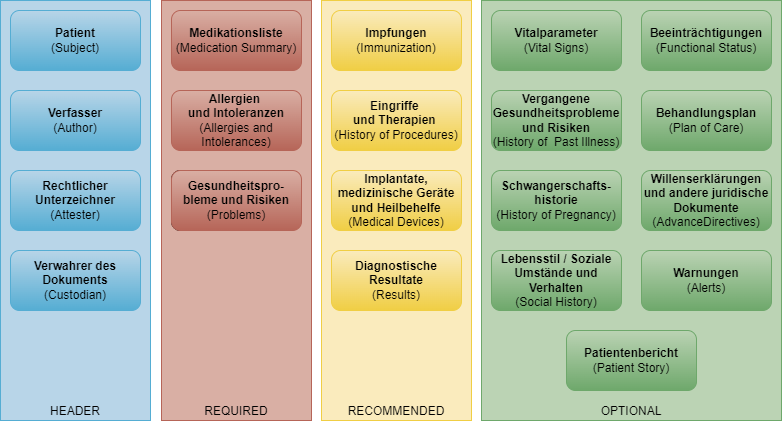
The draw.io diagram input/images/APS_Sections.drawio.png in HL7Austria/ELGA-AustrianPatientSummary-R4, before a commit. Source tidied: cells renumbered, new cells last; positions are measured from the earlier drawing's top-left corner, leaving out a move shared by most shapes.
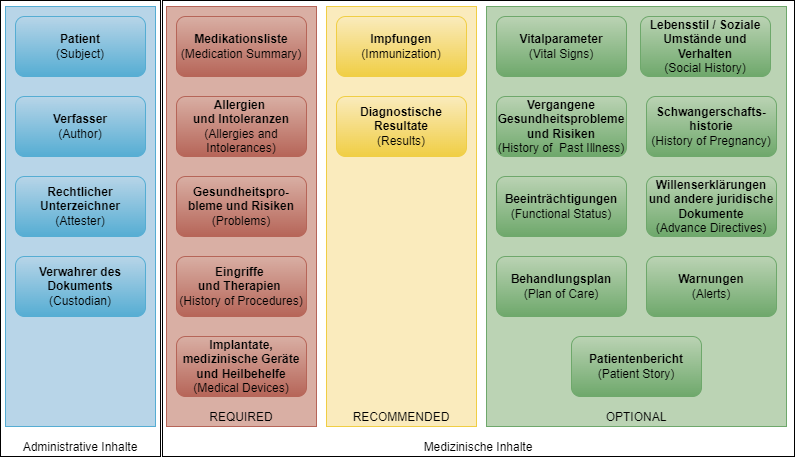
After the change.

Commit message:
Update discription and figure 'Sektionen der Austrian Patient Summary'

What changed in the source:
```diff
@@ -2,7 +2,13 @@
   <root>
     <mxCell id="0" />
     <mxCell id="1" parent="0" />
+    <mxCell id="27" value="Administrative Inhalte" style="rounded=0;whiteSpace=wrap;html=1;verticalAlign=bottom;" parent="1" vertex="1">
+      <mxGeometry x="-5" y="-6" width="160" height="456" as="geometry" />
+    </mxCell>
+    <mxCell id="28" value="Medizinische Inhalte" style="rounded=0;whiteSpace=wrap;html=1;verticalAlign=bottom;" parent="1" vertex="1">
+      <mxGeometry x="157" y="-6" width="632" height="456" as="geometry" />
+    </mxCell>
-    <mxCell id="2" value="HEADER" style="rounded=0;whiteSpace=wrap;html=1;verticalAlign=bottom;strokeColor=#55add3;fillColor=#b8d5e8;" parent="1" vertex="1">
+    <mxCell id="2" style="rounded=0;whiteSpace=wrap;html=1;verticalAlign=bottom;strokeColor=#55add3;fillColor=#b8d5e8;" parent="1" vertex="1">
       <mxGeometry width="150" height="420" as="geometry" />
     </mxCell>
     <mxCell id="3" value="RECOMMENDED" style="rounded=0;whiteSpace=wrap;html=1;verticalAlign=bottom;strokeColor=#f0ce44;fillColor=#faebbd;" parent="1" vertex="1">
@@ -29,44 +35,35 @@
     <mxCell id="10" value="&lt;b&gt;Medikationsliste&lt;/b&gt;&lt;div&gt;(Medication Summary)&lt;/div&gt;" style="rounded=1;whiteSpace=wrap;html=1;fillColor=#d9afa4;gradientColor=#b66558;strokeColor=#b66558;" parent="1" vertex="1">
       <mxGeometry x="171" y="10" width="130" height="60" as="geometry" />
     </mxCell>
-    <mxCell id="11" value="Attester" style="rounded=1;whiteSpace=wrap;html=1;" parent="1" vertex="1">
-      <mxGeometry x="171" y="170" width="120" height="60" as="geometry" />
-    </mxCell>
     <mxCell id="12" value="&lt;b&gt;Allergien&amp;nbsp;&lt;/b&gt;&lt;div&gt;&lt;b&gt;und Intoleranzen&lt;/b&gt;&lt;div&gt;(Allergies and Intolerances)&lt;/div&gt;&lt;/div&gt;" style="rounded=1;whiteSpace=wrap;html=1;fillColor=#d9afa4;gradientColor=#b66558;strokeColor=#b66558;align=center;verticalAlign=middle;fontFamily=Helvetica;fontSize=12;fontColor=default;" parent="1" vertex="1">
       <mxGeometry x="171" y="90" width="130" height="60" as="geometry" />
     </mxCell>
     <mxCell id="13" value="&lt;b&gt;Impfungen &lt;/b&gt;(Immunization)" style="rounded=1;whiteSpace=wrap;html=1;fillColor=#faebbd;gradientColor=#f0ce44;strokeColor=#f0ce44;" parent="1" vertex="1">
       <mxGeometry x="331" y="10" width="130" height="60" as="geometry" />
     </mxCell>
-    <mxCell id="14" value="&lt;b&gt;Implantate, medizinische Geräte und Heilbehelfe&lt;/b&gt;&lt;div&gt;(Medical Devices)&lt;/div&gt;" style="rounded=1;whiteSpace=wrap;html=1;fillColor=#faebbd;gradientColor=#f0ce44;strokeColor=#f0ce44;align=center;verticalAlign=middle;fontFamily=Helvetica;fontSize=12;fontColor=default;" parent="1" vertex="1">
-      <mxGeometry x="331" y="170" width="130" height="60" as="geometry" />
-    </mxCell>
-    <mxCell id="15" value="&lt;b&gt;Eingriffe&amp;nbsp;&lt;/b&gt;&lt;div&gt;&lt;b&gt;und Therapien&amp;nbsp;&lt;/b&gt;&lt;div&gt;(History of&amp;nbsp;Procedures)&lt;/div&gt;&lt;/div&gt;" style="rounded=1;whiteSpace=wrap;html=1;fillColor=#faebbd;gradientColor=#f0ce44;strokeColor=#f0ce44;align=center;verticalAlign=middle;fontFamily=Helvetica;fontSize=12;fontColor=default;" parent="1" vertex="1">
-      <mxGeometry x="331" y="90" width="130" height="60" as="geometry" />
-    </mxCell>
     <mxCell id="16" value="&lt;b&gt;Diagnostische Resultate&lt;/b&gt;&lt;div&gt;(Results)&lt;/div&gt;" style="rounded=1;whiteSpace=wrap;html=1;fillColor=#faebbd;gradientColor=#f0ce44;strokeColor=#f0ce44;align=center;verticalAlign=middle;fontFamily=Helvetica;fontSize=12;fontColor=default;" parent="1" vertex="1">
-      <mxGeometry x="331" y="250" width="130" height="60" as="geometry" />
+      <mxGeometry x="331" y="90" width="130" height="60" as="geometry" />
     </mxCell>
     <mxCell id="17" value="&lt;b&gt;Vitalparameter&lt;/b&gt;&lt;div&gt;(Vital Signs)&lt;/div&gt;" style="rounded=1;whiteSpace=wrap;html=1;fillColor=#bbd3b4;strokeColor=#6ea86b;gradientColor=#6ea86b;" parent="1" vertex="1">
       <mxGeometry x="491" y="10" width="130" height="60" as="geometry" />
     </mxCell>
     <mxCell id="18" value="&lt;b&gt;Schwangerschafts-historie&lt;/b&gt;&lt;div&gt;(History of Pregnancy)&lt;/div&gt;" style="rounded=1;whiteSpace=wrap;html=1;fillColor=#bbd3b4;strokeColor=#6ea86b;gradientColor=#6ea86b;align=center;verticalAlign=middle;fontFamily=Helvetica;fontSize=12;fontColor=default;" parent="1" vertex="1">
-      <mxGeometry x="491" y="170" width="130" height="60" as="geometry" />
+      <mxGeometry x="641" y="90" width="130" height="60" as="geometry" />
     </mxCell>
     <mxCell id="19" value="&lt;b&gt;Vergangene Gesundheitsprobleme und Risiken&lt;/b&gt;&lt;div&gt;(History of&amp;nbsp; Past Illness)&lt;/div&gt;" style="rounded=1;whiteSpace=wrap;html=1;fillColor=#bbd3b4;strokeColor=#6ea86b;gradientColor=#6ea86b;align=center;verticalAlign=middle;fontFamily=Helvetica;fontSize=12;fontColor=default;" parent="1" vertex="1">
       <mxGeometry x="491" y="90" width="130" height="60" as="geometry" />
     </mxCell>
     <mxCell id="20" value="&lt;b&gt;Lebensstil / Soziale Umstände und Verhalten&lt;/b&gt;&lt;div&gt;(Social History)&lt;/div&gt;" style="rounded=1;whiteSpace=wrap;html=1;fillColor=#bbd3b4;strokeColor=#6ea86b;gradientColor=#6ea86b;align=center;verticalAlign=middle;fontFamily=Helvetica;fontSize=12;fontColor=default;" parent="1" vertex="1">
-      <mxGeometry x="491" y="250" width="130" height="60" as="geometry" />
+      <mxGeometry x="635" y="10" width="130" height="60" as="geometry" />
     </mxCell>
     <mxCell id="21" value="&lt;b&gt;Beeinträchtigungen&lt;/b&gt;&lt;div&gt;(Functional Status)&lt;/div&gt;" style="rounded=1;whiteSpace=wrap;html=1;fillColor=#bbd3b4;strokeColor=#6ea86b;align=center;verticalAlign=middle;fontFamily=Helvetica;fontSize=12;fontColor=default;gradientColor=#6ea86b;" parent="1" vertex="1">
-      <mxGeometry x="641" y="10" width="130" height="60" as="geometry" />
+      <mxGeometry x="491" y="170" width="130" height="60" as="geometry" />
     </mxCell>
-    <mxCell id="22" value="&lt;b&gt;Willenserklärungen und andere juridische Dokumente&lt;/b&gt; (AdvanceDirectives)" style="rounded=1;whiteSpace=wrap;html=1;fillColor=#bbd3b4;strokeColor=#6ea86b;gradientColor=#6ea86b;align=center;verticalAlign=middle;fontFamily=Helvetica;fontSize=12;fontColor=default;" parent="1" vertex="1">
+    <mxCell id="22" value="&lt;b&gt;Willenserklärungen und andere juridische Dokumente&lt;/b&gt;&lt;div&gt;&lt;span style=&quot;background-color: initial;&quot;&gt;(Advance Directives)&lt;/span&gt;&lt;/div&gt;" style="rounded=1;whiteSpace=wrap;html=1;fillColor=#bbd3b4;strokeColor=#6ea86b;gradientColor=#6ea86b;align=center;verticalAlign=middle;fontFamily=Helvetica;fontSize=12;fontColor=default;" parent="1" vertex="1">
       <mxGeometry x="641" y="170" width="130" height="60" as="geometry" />
     </mxCell>
     <mxCell id="23" value="&lt;b&gt;Behandlungsplan&lt;/b&gt;&lt;div&gt;(Plan of Care)&lt;/div&gt;" style="rounded=1;whiteSpace=wrap;html=1;fillColor=#bbd3b4;strokeColor=#6ea86b;gradientColor=#6ea86b;align=center;verticalAlign=middle;fontFamily=Helvetica;fontSize=12;fontColor=default;" parent="1" vertex="1">
-      <mxGeometry x="641" y="90" width="130" height="60" as="geometry" />
+      <mxGeometry x="491" y="250" width="130" height="60" as="geometry" />
     </mxCell>
     <mxCell id="24" value="&lt;b&gt;Gesundheitspro-bleme&amp;nbsp;&lt;/b&gt;&lt;b style=&quot;background-color: initial;&quot;&gt;und Risiken&lt;/b&gt;&lt;span style=&quot;background-color: initial;&quot;&gt; (Problems)&lt;/span&gt;" style="rounded=1;whiteSpace=wrap;html=1;fillColor=#d9afa4;gradientColor=#b66558;strokeColor=#b66558;align=center;verticalAlign=middle;fontFamily=Helvetica;fontSize=12;fontColor=default;" parent="1" vertex="1">
       <mxGeometry x="171" y="170" width="130" height="60" as="geometry" />
@@ -77,5 +74,11 @@
     <mxCell id="26" value="&lt;b&gt;Patientenbericht&lt;/b&gt;&lt;div&gt;(Patient Story)&lt;/div&gt;" style="rounded=1;whiteSpace=wrap;html=1;fillColor=#bbd3b4;strokeColor=#6ea86b;gradientColor=#6ea86b;align=center;verticalAlign=middle;fontFamily=Helvetica;fontSize=12;fontColor=default;" parent="1" vertex="1">
       <mxGeometry x="566" y="330" width="130" height="60" as="geometry" />
     </mxCell>
+    <mxCell id="15" value="&lt;b&gt;Eingriffe&amp;nbsp;&lt;/b&gt;&lt;div&gt;&lt;b&gt;und Therapien&amp;nbsp;&lt;/b&gt;&lt;div&gt;(History of&amp;nbsp;Procedures)&lt;/div&gt;&lt;/div&gt;" style="rounded=1;whiteSpace=wrap;html=1;fillColor=#d9afa4;gradientColor=#b66558;strokeColor=#b66558;align=center;verticalAlign=middle;fontFamily=Helvetica;fontSize=12;fontColor=default;" parent="1" vertex="1">
+      <mxGeometry x="171" y="250" width="130" height="60" as="geometry" />
+    </mxCell>
+    <mxCell id="14" value="&lt;b&gt;Implantate, medizinische Geräte und Heilbehelfe&lt;/b&gt;&lt;div&gt;(Medical Devices)&lt;/div&gt;" style="rounded=1;whiteSpace=wrap;html=1;fillColor=#d9afa4;gradientColor=#b66558;strokeColor=#b66558;align=center;verticalAlign=middle;fontFamily=Helvetica;fontSize=12;fontColor=default;" parent="1" vertex="1">
+      <mxGeometry x="171" y="330" width="130" height="60" as="geometry" />
+    </mxCell>
   </root>
 </mxGraphModel>
```
